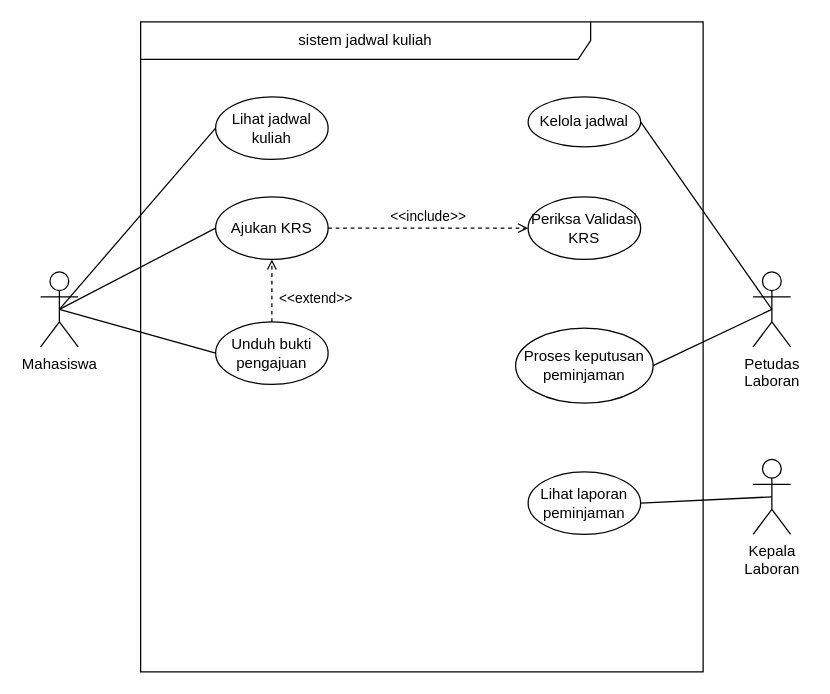
2406037-maker/IFRWP5149_2406037_LanAlat keeps this draw.io diagram as 03_latihan_tools/P03/SIA/P03_2406037_SIA_notasi_usecase_v01.drawio. Above is the earlier version. Source tidied: cells renumbered, new cells numbered last; positions are measured from the earlier drawing's top-left corner, leaving out a move shared by most shapes. Both pictures are drawn from the tidied source at 125%, with x=0, y=0 at pixel (40, 21).
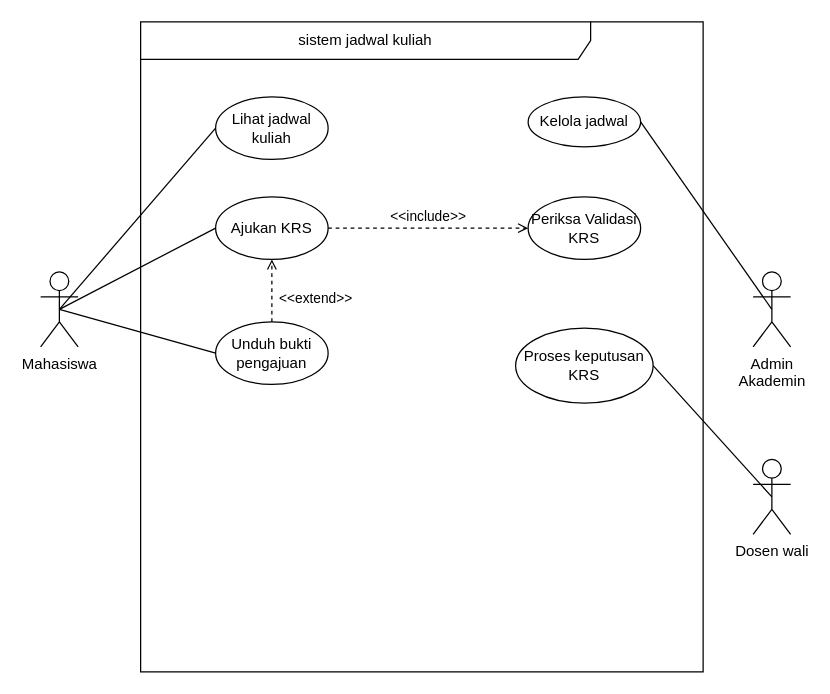
The same diagram, later.

Commit message (it also covers changes not shown here):
Pertemuan 3 use case diagram

Unchanged cells that the change refers to:
```xml
<mxCell id="2" value="sistem jadwal kuliah" style="shape=umlFrame;whiteSpace=wrap;html=1;width=360;height=30;" parent="1" vertex="1">
  <mxGeometry x="80" width="450" height="520" as="geometry" />
</mxCell>
```

The edit, as a diff of the source:
```diff
@@
-    <mxCell id="7" value="Proses keputusan peminjaman" style="ellipse;html=1;whiteSpace=wrap;" parent="2" vertex="1">
+    <mxCell id="7" value="Proses keputusan KRS" style="ellipse;html=1;whiteSpace=wrap;" parent="2" vertex="1">
       <mxGeometry x="300" y="245" width="110" height="60" as="geometry" />
     </mxCell>
@@
-    <mxCell id="9" value="Lihat laporan peminjaman" style="ellipse;html=1;whiteSpace=wrap;" parent="2" vertex="1">
-      <mxGeometry x="310" y="360" width="90" height="50" as="geometry" />
-    </mxCell>
@@
-    <mxCell id="14" value="Petudas&lt;div&gt;Laboran&lt;/div&gt;" style="shape=umlActor;verticalLabelPosition=bottom;verticalAlign=top;html=1;" parent="1" vertex="1">
+    <mxCell id="14" value="Admin&lt;div&gt;Akademin&lt;/div&gt;" style="shape=umlActor;verticalLabelPosition=bottom;verticalAlign=top;html=1;" parent="1" vertex="1">
       <mxGeometry x="570" y="200" width="30" height="60" as="geometry" />
     </mxCell>
@@
-    <mxCell id="17" value="Kepala&lt;br&gt;&lt;div&gt;Laboran&lt;/div&gt;" style="shape=umlActor;verticalLabelPosition=bottom;verticalAlign=top;html=1;" parent="1" vertex="1">
+    <mxCell id="17" value="Dosen wali" style="shape=umlActor;verticalLabelPosition=bottom;verticalAlign=top;html=1;" parent="1" vertex="1">
       <mxGeometry x="570" y="350" width="30" height="60" as="geometry" />
     </mxCell>
@@
-    <mxCell id="19" style="rounded=0;jettySize=auto;html=1;exitX=1;exitY=0.5;exitDx=0;exitDy=0;entryX=0.5;entryY=0.5;entryDx=0;entryDy=0;entryPerimeter=0;endArrow=none;endFill=0;" parent="1" edge="1" source="7" target="14">
+    <mxCell id="19" style="rounded=0;jettySize=auto;html=1;exitX=1;exitY=0.5;exitDx=0;exitDy=0;entryX=0.5;entryY=0.5;entryDx=0;entryDy=0;entryPerimeter=0;endArrow=none;endFill=0;" parent="1" edge="1" source="7" target="17">
       <mxGeometry relative="1" as="geometry" />
     </mxCell>
-    <mxCell id="20" style="rounded=0;jettySize=auto;html=1;exitX=1;exitY=0.5;exitDx=0;exitDy=0;entryX=0.5;entryY=0.5;entryDx=0;entryDy=0;entryPerimeter=0;endArrow=none;endFill=0;" parent="1" edge="1" source="9" target="17">
-      <mxGeometry relative="1" as="geometry" />
-    </mxCell>
```
